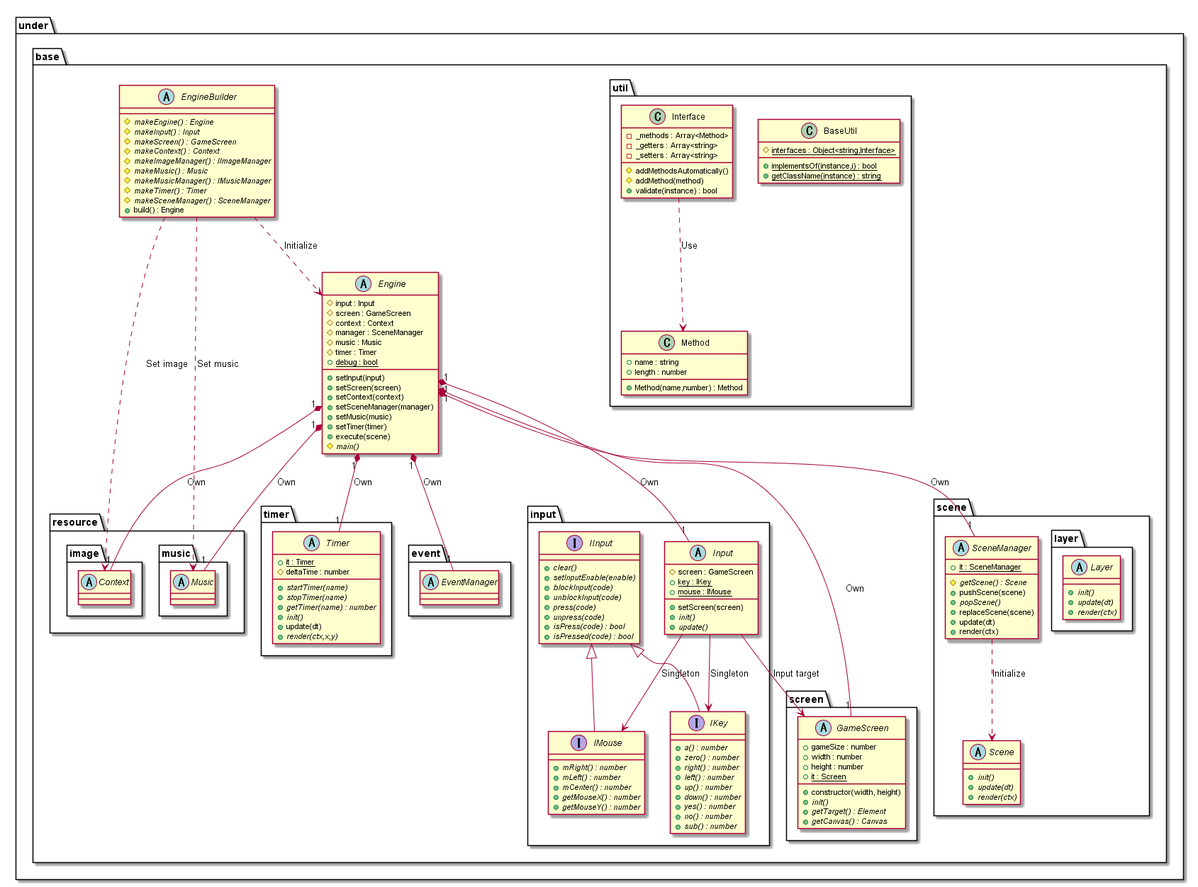
Above: out/uml/gamebase/Base/GameBaseBase.png in Expine/Under (PlantUML), before the change.
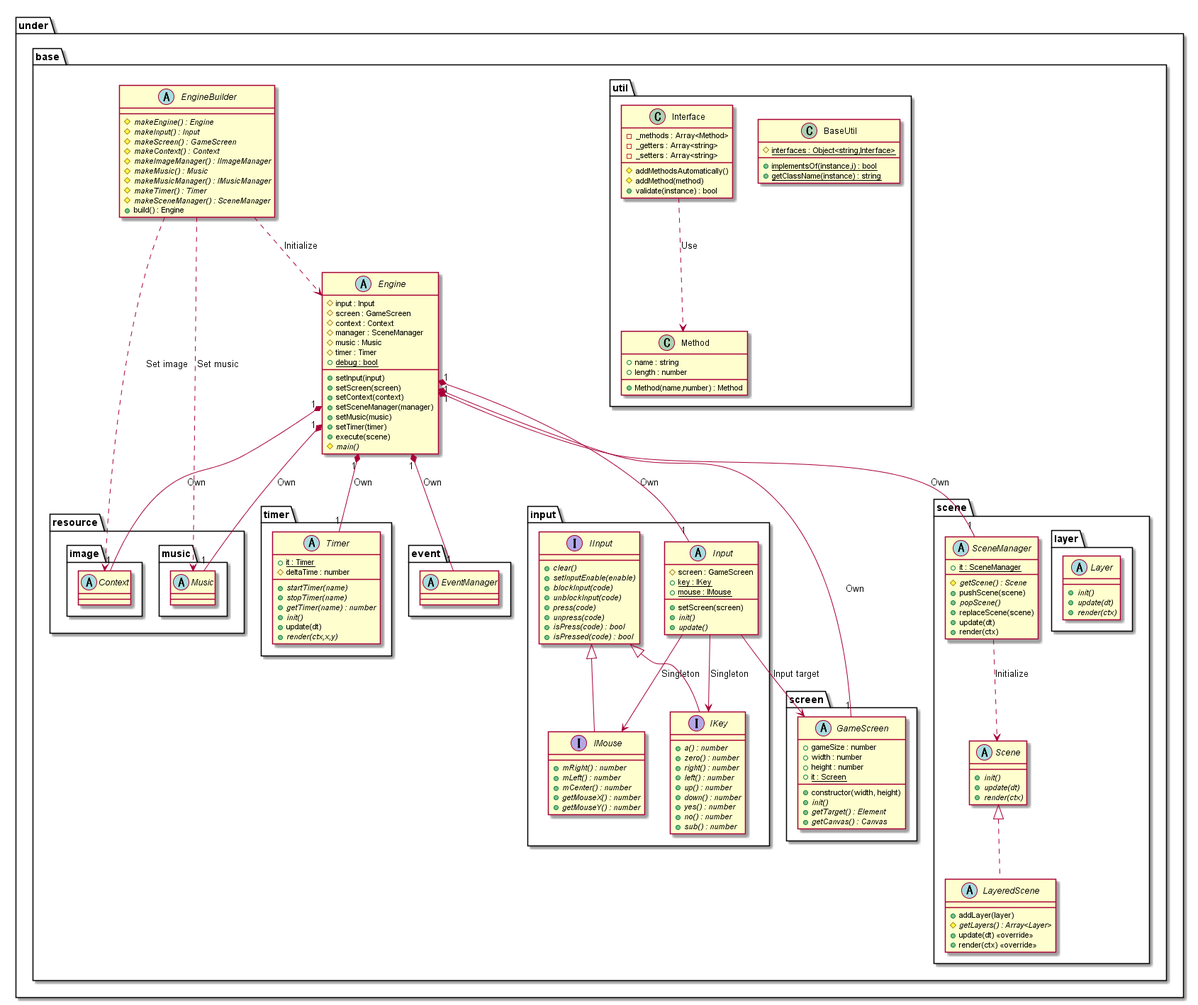
Above is the later version.

Change to the diagram source:
```diff
@@ -102,6 +102,12 @@
                 {abstract} +update(dt)
                 {abstract} +render(ctx)
             }
+            abstract LayeredScene {
+                +addLayer(layer)
+                {abstract} #getLayers() : Array<Layer>
+                +update(dt) <<override>>
+                +render(ctx) <<override>>
+            }
 
             package layer {
                 abstract Layer {
@@ -188,4 +194,6 @@
 IInput <|-- IKey
 IInput <|-- IMouse
 
+Scene <|.. LayeredScene
+
 @enduml
```
